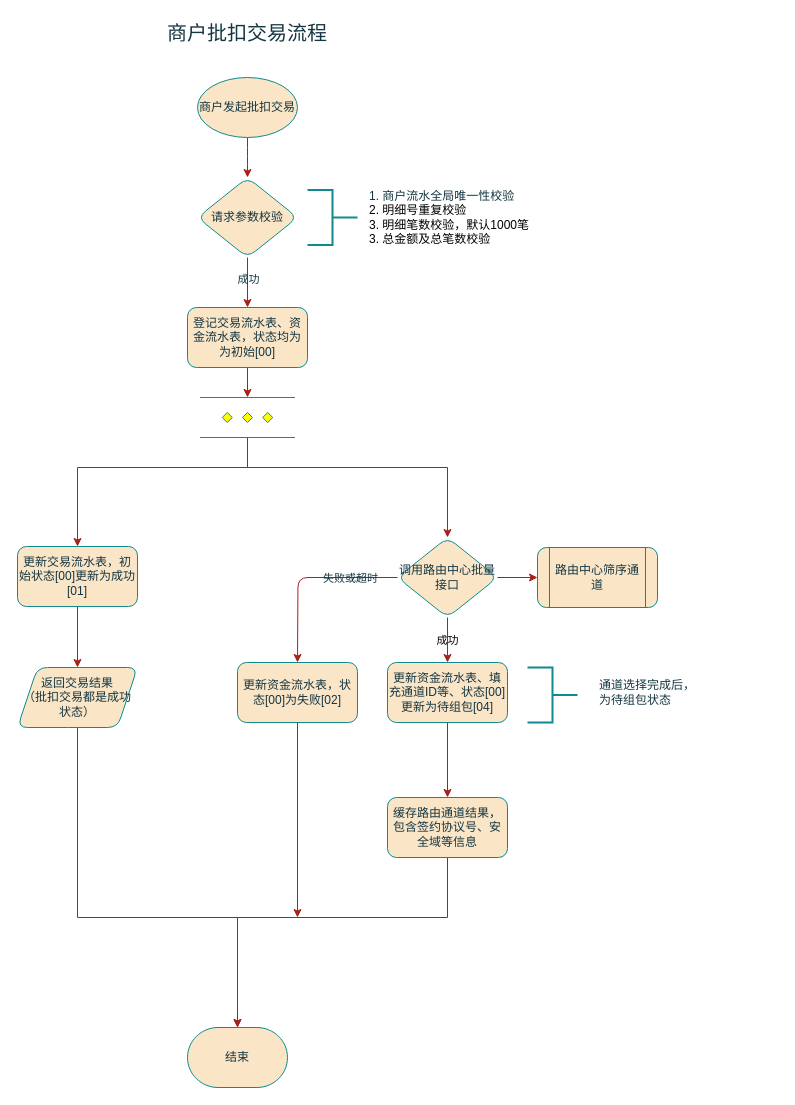
Before: page "商户批扣交易流程" (1 of 8) of 代收服务.drawio in gaofv/draw, a draw.io diagram. Source tidied: cells renumbered, new cells numbered last; positions are measured from the earlier drawing's top-left corner, leaving out a move shared by most shapes. Both pictures are drawn from the tidied source at 100%, with x=0, y=0 at pixel (17, 17).
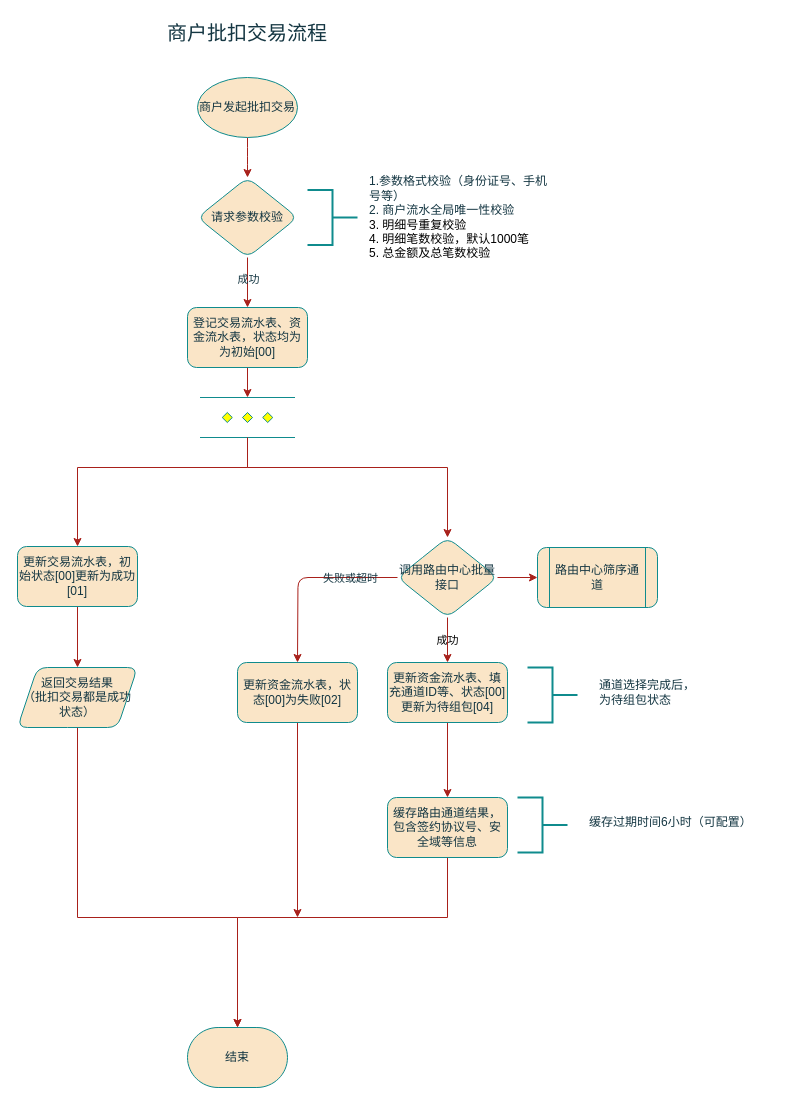
After the change.

Diff of the diagram source:
```diff
@@
     <mxCell id="26" value="通道选择完成后，&lt;br&gt;为待组包状态" style="text;html=1;strokeColor=none;fillColor=none;align=left;verticalAlign=middle;whiteSpace=wrap;rounded=0;fontColor=#143642;labelBackgroundColor=none;" parent="1" vertex="1">
-      <mxGeometry x="580" y="664" width="180" height="22" as="geometry" />
+      <mxGeometry x="580" y="664" width="120" height="22" as="geometry" />
     </mxCell>
@@
-    <mxCell id="28" value="1.&amp;nbsp;商户流水全局唯一性校验&lt;br style=&quot;border-color: var(--border-color); color: rgb(0, 0, 0);&quot;&gt;&lt;span style=&quot;color: rgb(0, 0, 0);&quot;&gt;2.&amp;nbsp;明细号重复校验&lt;/span&gt;&lt;br style=&quot;border-color: var(--border-color); color: rgb(0, 0, 0);&quot;&gt;&lt;span style=&quot;color: rgb(0, 0, 0);&quot;&gt;3. 明细笔数校验，默认1000笔&lt;/span&gt;&lt;br style=&quot;border-color: var(--border-color); color: rgb(0, 0, 0);&quot;&gt;&lt;span style=&quot;color: rgb(0, 0, 0);&quot;&gt;3. 总金额及总笔数校验&lt;/span&gt;" style="text;html=1;strokeColor=none;fillColor=none;align=left;verticalAlign=middle;whiteSpace=wrap;rounded=0;fontColor=#143642;labelBackgroundColor=none;" parent="1" vertex="1">
+    <mxCell id="28" value="1.参数格式校验（身份证号、手机号等）&lt;br&gt;2. 商户流水全局唯一性校验&lt;br style=&quot;border-color: var(--border-color); color: rgb(0, 0, 0);&quot;&gt;&lt;span style=&quot;color: rgb(0, 0, 0);&quot;&gt;3.&amp;nbsp;明细号重复校验&lt;/span&gt;&lt;br style=&quot;border-color: var(--border-color); color: rgb(0, 0, 0);&quot;&gt;&lt;span style=&quot;color: rgb(0, 0, 0);&quot;&gt;4. 明细笔数校验，默认1000笔&lt;/span&gt;&lt;br style=&quot;border-color: var(--border-color); color: rgb(0, 0, 0);&quot;&gt;&lt;span style=&quot;color: rgb(0, 0, 0);&quot;&gt;5. 总金额及总笔数校验&lt;/span&gt;" style="text;html=1;strokeColor=none;fillColor=none;align=left;verticalAlign=middle;whiteSpace=wrap;rounded=0;fontColor=#143642;labelBackgroundColor=none;" parent="1" vertex="1">
       <mxGeometry x="350" y="189" width="180" height="22" as="geometry" />
     </mxCell>
@@
+    <mxCell id="34" style="strokeWidth=2;html=1;shape=mxgraph.flowchart.annotation_2;align=left;labelPosition=right;strokeColor=#0F8B8D;fontColor=#143642;fillColor=#FAE5C7;direction=west;labelBackgroundColor=none;" parent="1" vertex="1">
+      <mxGeometry x="500" y="780" width="50" height="55" as="geometry" />
+    </mxCell>
+    <mxCell id="35" value="缓存过期时间6小时（可配置）" style="text;html=1;strokeColor=none;fillColor=none;align=left;verticalAlign=middle;whiteSpace=wrap;rounded=0;fontColor=#143642;labelBackgroundColor=none;" parent="1" vertex="1">
+      <mxGeometry x="570" y="794" width="180" height="22" as="geometry" />
+    </mxCell>
```
